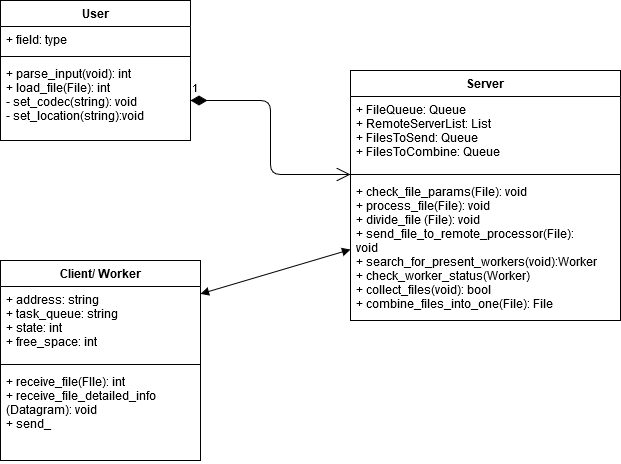
Above: docs/uml_diagram.png in ArturBa/distributed_file_processing (draw.io), before the change. Source tidied: cells renumbered, new cells last; positions are measured from the earlier drawing's top-left corner, leaving out a move shared by most shapes. The source it was exported from:
```xml
<mxGraphModel>
  <root>
    <mxCell id="0" />
    <mxCell id="1" parent="0" />
    <mxCell id="2" value="User" style="swimlane;fontStyle=1;align=center;verticalAlign=top;horizontal=1;startSize=26;" parent="1" vertex="1">
      <mxGeometry width="190" height="140" as="geometry" />
    </mxCell>
    <mxCell id="3" value="+ field: type" style="text;strokeColor=none;fillColor=none;align=left;verticalAlign=top;spacingLeft=4;spacingRight=4;overflow=hidden;" parent="2" vertex="1">
      <mxGeometry y="26" width="190" height="26" as="geometry" />
    </mxCell>
    <mxCell id="4" style="line;strokeWidth=1;fillColor=none;align=left;verticalAlign=middle;spacingTop=-1;spacingLeft=3;spacingRight=3;labelPosition=right;" parent="2" vertex="1">
      <mxGeometry y="52" width="190" height="8" as="geometry" />
    </mxCell>
    <mxCell id="5" value="+ parse_input(void): int&#10;+ load_file(File): int&#10;- set_codec(string): void&#10;- set_location(string):void&#10;&#10;" style="text;strokeColor=none;fillColor=none;align=left;verticalAlign=top;spacingLeft=4;spacingRight=4;overflow=hidden;points=[[0,0.5],[1,0.5]];portConstraint=eastwest;" parent="2" vertex="1">
      <mxGeometry y="60" width="190" height="80" as="geometry" />
    </mxCell>
    <mxCell id="6" value="Server" style="swimlane;fontStyle=1;align=center;verticalAlign=top;horizontal=1;startSize=26;" parent="1" vertex="1">
      <mxGeometry x="350" y="70" width="270" height="250" as="geometry" />
    </mxCell>
    <mxCell id="7" value="+ FileQueue: Queue&#10;+ RemoteServerList: List&#10;+ FilesToSend: Queue&#10;+ FilesToCombine: Queue&#10;" style="text;strokeColor=none;fillColor=none;align=left;verticalAlign=top;spacingLeft=4;spacingRight=4;overflow=hidden;" parent="6" vertex="1">
      <mxGeometry y="26" width="270" height="74" as="geometry" />
    </mxCell>
    <mxCell id="8" style="line;strokeWidth=1;fillColor=none;align=left;verticalAlign=middle;spacingTop=-1;spacingLeft=3;spacingRight=3;labelPosition=right;points=[];portConstraint=eastwest;" parent="6" vertex="1">
      <mxGeometry y="100" width="270" height="8" as="geometry" />
    </mxCell>
    <mxCell id="9" value="+ check_file_params(File): void&#10;+ process_file(File): void&#10;+ divide_file (File): void&#10;+ send_file_to_remote_processor(File):&#10;void&#10;+ search_for_present_workers(void):Worker&#10;+ check_worker_status(Worker)&#10;+ collect_files(void): bool&#10;+ combine_files_into_one(File): File&#10;&#10;" style="text;strokeColor=none;fillColor=none;align=left;verticalAlign=top;spacingLeft=4;spacingRight=4;overflow=hidden;points=[[0,0.5],[1,0.5]];portConstraint=eastwest;" parent="6" vertex="1">
      <mxGeometry y="108" width="270" height="142" as="geometry" />
    </mxCell>
    <mxCell id="10" value="Client/ Worker" style="swimlane;fontStyle=1;align=center;verticalAlign=top;horizontal=1;startSize=26;" parent="1" vertex="1">
      <mxGeometry y="260" width="200" height="200" as="geometry" />
    </mxCell>
    <mxCell id="11" value="+ address: string&#10;+ task_queue: string&#10;+ state: int&#10;+ free_space: int&#10;" style="text;strokeColor=none;fillColor=none;align=left;verticalAlign=top;spacingLeft=4;spacingRight=4;overflow=hidden;points=[[0,0.5],[1,0.5]];portConstraint=eastwest;" parent="10" vertex="1">
      <mxGeometry y="26" width="200" height="74" as="geometry" />
    </mxCell>
    <mxCell id="12" style="line;strokeWidth=1;fillColor=none;align=left;verticalAlign=middle;spacingTop=-1;spacingLeft=3;spacingRight=3;labelPosition=right;" parent="10" vertex="1">
      <mxGeometry y="100" width="200" height="8" as="geometry" />
    </mxCell>
    <mxCell id="13" value="+ receive_file(FIle): int&#10;+ receive_file_detailed_info&#10;(Datagram): void&#10;+ send_&#10;" style="text;strokeColor=none;fillColor=none;align=left;verticalAlign=top;spacingLeft=4;spacingRight=4;overflow=hidden;" parent="10" vertex="1">
      <mxGeometry y="108" width="200" height="92" as="geometry" />
    </mxCell>
    <mxCell id="14" style="endArrow=block;startArrow=block;endFill=1;startFill=1;html=1;entryX=0;entryY=0.5;entryDx=0;entryDy=0;" parent="1" edge="1" source="11" target="9">
      <mxGeometry relative="1" as="geometry" />
    </mxCell>
    <mxCell id="15" value="1" style="endArrow=open;html=1;endSize=12;startArrow=diamondThin;startSize=14;startFill=1;edgeStyle=orthogonalEdgeStyle;align=left;verticalAlign=bottom;exitX=1;exitY=0.5;exitDx=0;exitDy=0;" parent="1" edge="1" source="5" target="8">
      <mxGeometry x="-1" y="3" relative="1" as="geometry" />
    </mxCell>
  </root>
</mxGraphModel>
```
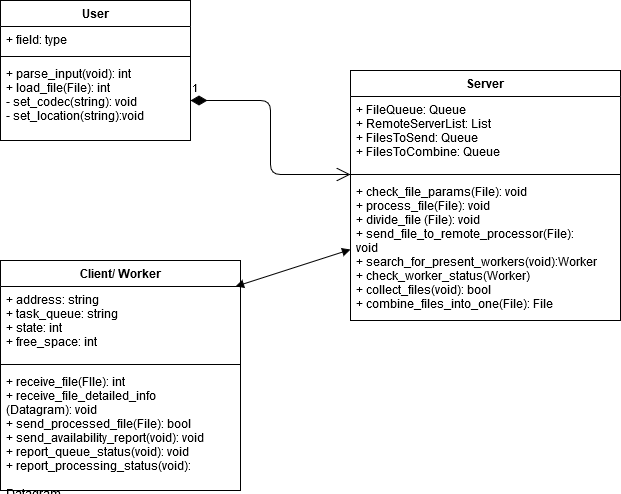
The same diagram one commit later.

Commit message:
Update UML diagram

The edit, as a diff of the source:
```diff
@@ -27,16 +27,16 @@
       <mxGeometry y="108" width="270" height="142" as="geometry" />
     </mxCell>
     <mxCell id="10" value="Client/ Worker" style="swimlane;fontStyle=1;align=center;verticalAlign=top;horizontal=1;startSize=26;" parent="1" vertex="1">
-      <mxGeometry y="260" width="200" height="200" as="geometry" />
+      <mxGeometry y="260" width="240" height="230" as="geometry" />
     </mxCell>
     <mxCell id="11" value="+ address: string&#10;+ task_queue: string&#10;+ state: int&#10;+ free_space: int&#10;" style="text;strokeColor=none;fillColor=none;align=left;verticalAlign=top;spacingLeft=4;spacingRight=4;overflow=hidden;points=[[0,0.5],[1,0.5]];portConstraint=eastwest;" parent="10" vertex="1">
-      <mxGeometry y="26" width="200" height="74" as="geometry" />
+      <mxGeometry y="26" width="240" height="74" as="geometry" />
     </mxCell>
     <mxCell id="12" style="line;strokeWidth=1;fillColor=none;align=left;verticalAlign=middle;spacingTop=-1;spacingLeft=3;spacingRight=3;labelPosition=right;" parent="10" vertex="1">
-      <mxGeometry y="100" width="200" height="8" as="geometry" />
+      <mxGeometry y="100" width="240" height="8" as="geometry" />
     </mxCell>
-    <mxCell id="13" value="+ receive_file(FIle): int&#10;+ receive_file_detailed_info&#10;(Datagram): void&#10;+ send_&#10;" style="text;strokeColor=none;fillColor=none;align=left;verticalAlign=top;spacingLeft=4;spacingRight=4;overflow=hidden;" parent="10" vertex="1">
-      <mxGeometry y="108" width="200" height="92" as="geometry" />
+    <mxCell id="13" value="+ receive_file(FIle): int&#10;+ receive_file_detailed_info&#10;(Datagram): void&#10;+ send_processed_file(File): bool&#10;+ send_availability_report(void): void&#10;+ report_queue_status(void): void&#10;+ report_processing_status(void): &#10;&#10;Datagram&#10;&#10;" style="text;strokeColor=none;fillColor=none;align=left;verticalAlign=top;spacingLeft=4;spacingRight=4;overflow=hidden;" parent="10" vertex="1">
+      <mxGeometry y="108" width="240" height="122" as="geometry" />
     </mxCell>
     <mxCell id="14" style="endArrow=block;startArrow=block;endFill=1;startFill=1;html=1;entryX=0;entryY=0.5;entryDx=0;entryDy=0;" parent="1" edge="1" source="11" target="9">
       <mxGeometry relative="1" as="geometry" />
```
